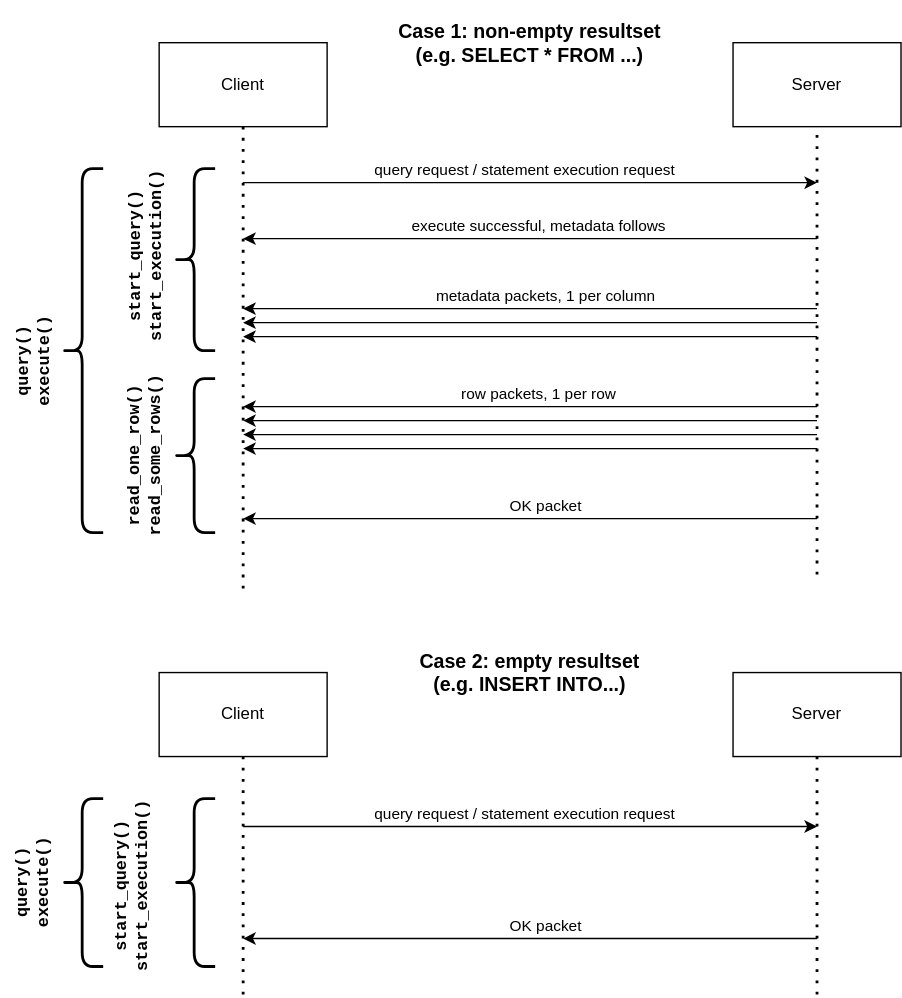
This is doc/images/protocol.svg from boostorg/mysql, a draw.io export, as it was before one commit. Source tidied: cells renumbered, new cells last; positions are measured from the earlier drawing's top-left corner, leaving out a move shared by most shapes.
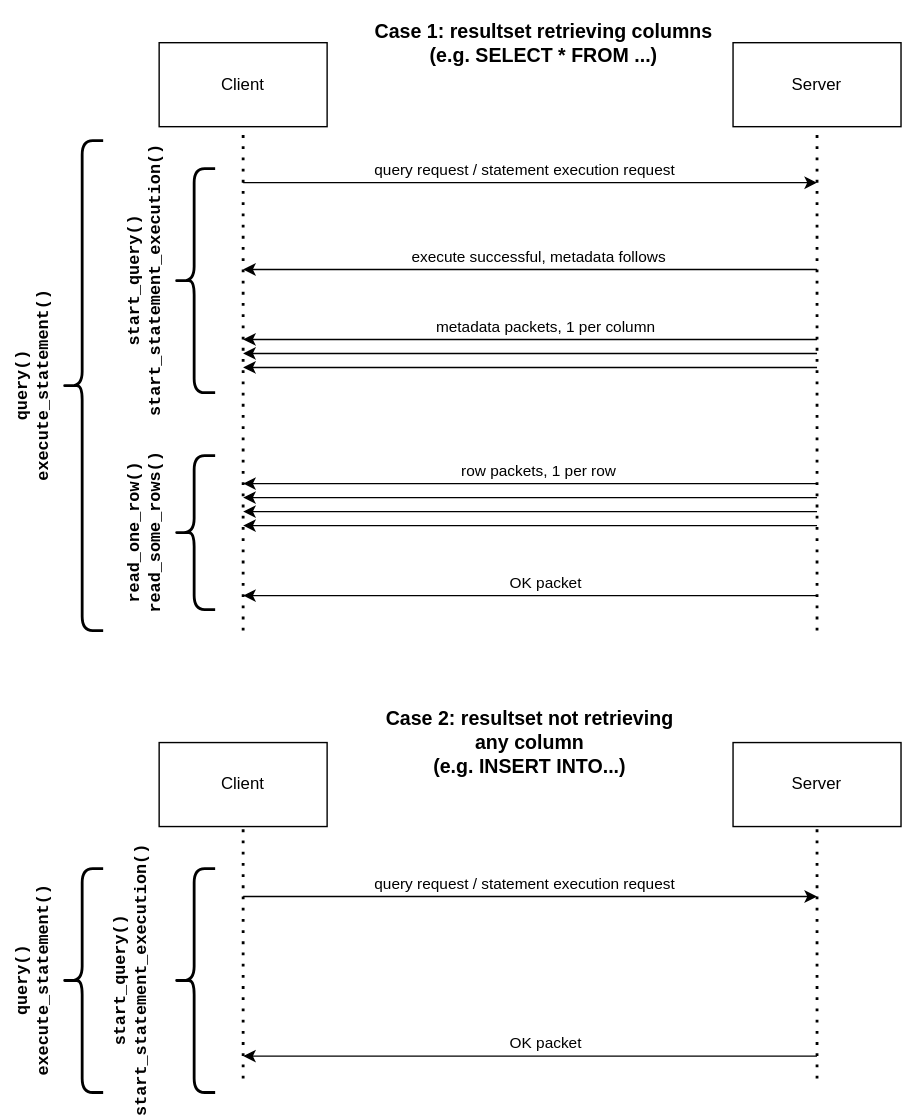
After the change.

Diff of the diagram source:
```diff
@@ -10,12 +10,12 @@
     </mxCell>
     <mxCell id="4" style="endArrow=none;dashed=1;html=1;dashPattern=1 3;strokeWidth=2;rounded=0;entryX=0.5;entryY=1;entryDx=0;entryDy=0;" parent="1" edge="1" target="2">
       <mxGeometry relative="1" as="geometry">
-        <mxPoint x="210" y="420" as="sourcePoint" />
+        <mxPoint x="210" y="450" as="sourcePoint" />
       </mxGeometry>
     </mxCell>
     <mxCell id="5" style="endArrow=none;dashed=1;html=1;dashPattern=1 3;strokeWidth=2;rounded=0;entryX=0.5;entryY=1;entryDx=0;entryDy=0;" parent="1" edge="1" target="3">
       <mxGeometry relative="1" as="geometry">
-        <mxPoint x="620" y="410" as="sourcePoint" />
+        <mxPoint x="620" y="450" as="sourcePoint" />
       </mxGeometry>
     </mxCell>
     <mxCell id="6" style="endArrow=classic;html=1;rounded=0;" parent="1" edge="1">
@@ -31,8 +31,8 @@
     </mxCell>
     <mxCell id="8" style="endArrow=classic;html=1;rounded=0;" parent="1" edge="1">
       <mxGeometry relative="1" as="geometry">
-        <mxPoint x="620" y="170" as="sourcePoint" />
-        <mxPoint x="210" y="170" as="targetPoint" />
+        <mxPoint x="620" y="192" as="sourcePoint" />
+        <mxPoint x="210" y="192" as="targetPoint" />
       </mxGeometry>
     </mxCell>
     <mxCell id="9" value="execute successful, metadata follows" style="edgeLabel;html=1;align=center;verticalAlign=middle;" parent="8" vertex="1">
@@ -42,50 +42,50 @@
     </mxCell>
     <mxCell id="10" style="endArrow=classic;html=1;rounded=0;" parent="1" edge="1">
       <mxGeometry relative="1" as="geometry">
-        <mxPoint x="620" y="220" as="sourcePoint" />
-        <mxPoint x="210" y="220" as="targetPoint" />
+        <mxPoint x="620" y="242" as="sourcePoint" />
+        <mxPoint x="210" y="242" as="targetPoint" />
       </mxGeometry>
     </mxCell>
     <mxCell id="11" style="endArrow=classic;html=1;rounded=0;" parent="1" edge="1">
       <mxGeometry relative="1" as="geometry">
-        <mxPoint x="620" y="230" as="sourcePoint" />
-        <mxPoint x="210" y="230" as="targetPoint" />
+        <mxPoint x="620" y="252" as="sourcePoint" />
+        <mxPoint x="210" y="252" as="targetPoint" />
       </mxGeometry>
     </mxCell>
     <mxCell id="12" style="endArrow=classic;html=1;rounded=0;" parent="1" edge="1">
       <mxGeometry relative="1" as="geometry">
-        <mxPoint x="620" y="240" as="sourcePoint" />
-        <mxPoint x="210" y="240" as="targetPoint" />
+        <mxPoint x="620" y="262" as="sourcePoint" />
+        <mxPoint x="210" y="262" as="targetPoint" />
       </mxGeometry>
     </mxCell>
     <mxCell id="13" value="metadata packets, 1 per column" style="edgeLabel;html=1;align=center;verticalAlign=middle;" parent="1" vertex="1">
-      <mxGeometry x="425" y="210" as="geometry" />
+      <mxGeometry x="425" y="232" as="geometry" />
     </mxCell>
     <mxCell id="14" style="endArrow=classic;html=1;rounded=0;" parent="1" edge="1">
       <mxGeometry relative="1" as="geometry">
-        <mxPoint x="620" y="290" as="sourcePoint" />
-        <mxPoint x="210" y="290" as="targetPoint" />
+        <mxPoint x="620" y="345" as="sourcePoint" />
+        <mxPoint x="210" y="345" as="targetPoint" />
       </mxGeometry>
     </mxCell>
     <mxCell id="15" style="endArrow=classic;html=1;rounded=0;" parent="1" edge="1">
       <mxGeometry relative="1" as="geometry">
-        <mxPoint x="620" y="300" as="sourcePoint" />
-        <mxPoint x="210" y="300" as="targetPoint" />
+        <mxPoint x="620" y="355" as="sourcePoint" />
+        <mxPoint x="210" y="355" as="targetPoint" />
       </mxGeometry>
     </mxCell>
     <mxCell id="16" style="endArrow=classic;html=1;rounded=0;" parent="1" edge="1">
       <mxGeometry relative="1" as="geometry">
-        <mxPoint x="620" y="310" as="sourcePoint" />
-        <mxPoint x="210" y="310" as="targetPoint" />
+        <mxPoint x="620" y="365" as="sourcePoint" />
+        <mxPoint x="210" y="365" as="targetPoint" />
       </mxGeometry>
     </mxCell>
     <mxCell id="17" value="row packets, 1 per row" style="edgeLabel;html=1;align=center;verticalAlign=middle;" parent="1" vertex="1">
-      <mxGeometry x="420" y="280" as="geometry" />
+      <mxGeometry x="420" y="335" as="geometry" />
     </mxCell>
     <mxCell id="18" style="endArrow=classic;html=1;rounded=0;" parent="1" edge="1">
       <mxGeometry relative="1" as="geometry">
-        <mxPoint x="620" y="370" as="sourcePoint" />
-        <mxPoint x="210" y="370" as="targetPoint" />
+        <mxPoint x="620" y="425" as="sourcePoint" />
+        <mxPoint x="210" y="425" as="targetPoint" />
       </mxGeometry>
     </mxCell>
     <mxCell id="19" value="OK packet" style="edgeLabel;html=1;align=center;verticalAlign=middle;" parent="18" vertex="1">
@@ -95,51 +95,51 @@
     </mxCell>
     <mxCell id="20" style="endArrow=classic;html=1;rounded=0;" parent="1" edge="1">
       <mxGeometry relative="1" as="geometry">
-        <mxPoint x="620" y="320" as="sourcePoint" />
-        <mxPoint x="210" y="320" as="targetPoint" />
+        <mxPoint x="620" y="375" as="sourcePoint" />
+        <mxPoint x="210" y="375" as="targetPoint" />
       </mxGeometry>
     </mxCell>
     <mxCell id="21" style="shape=curlyBracket;whiteSpace=wrap;html=1;rounded=1;labelPosition=left;verticalLabelPosition=middle;align=right;verticalAlign=middle;strokeColor=#000000;strokeWidth=2;" parent="1" vertex="1">
-      <mxGeometry x="160" y="120" width="30" height="130" as="geometry" />
+      <mxGeometry x="160" y="120" width="30" height="160" as="geometry" />
     </mxCell>
     <mxCell id="22" style="shape=curlyBracket;whiteSpace=wrap;html=1;rounded=1;labelPosition=left;verticalLabelPosition=middle;align=right;verticalAlign=middle;strokeColor=#000000;strokeWidth=2;" parent="1" vertex="1">
-      <mxGeometry x="160" y="270" width="30" height="110" as="geometry" />
+      <mxGeometry x="160" y="325" width="30" height="110" as="geometry" />
     </mxCell>
-    <mxCell id="23" value="&lt;div&gt;start_query()&lt;/div&gt;&lt;div&gt;start_execution()&lt;br&gt;&lt;/div&gt;" style="shape=ext;double=1;rounded=0;whiteSpace=wrap;html=1;strokeColor=none;strokeWidth=2;fillColor=none;direction=west;rotation=270;fontFamily=Courier New;fontStyle=1;" parent="1" vertex="1">
-      <mxGeometry x="80" y="160" width="120" height="45" as="geometry" />
+    <mxCell id="23" value="&lt;div&gt;start_query()&lt;/div&gt;&lt;div&gt;start_statement_execution()&lt;br&gt;&lt;/div&gt;" style="shape=ext;double=1;rounded=0;whiteSpace=wrap;html=1;strokeColor=none;strokeWidth=2;fillColor=none;direction=west;rotation=270;fontFamily=Courier New;fontStyle=1;" parent="1" vertex="1">
+      <mxGeometry x="80" y="177.5" width="120" height="45" as="geometry" />
     </mxCell>
     <mxCell id="24" value="&lt;div&gt;read_one_row()&lt;/div&gt;&lt;div&gt;read_some_rows()&lt;br&gt;&lt;/div&gt;" style="shape=ext;double=1;rounded=0;whiteSpace=wrap;html=1;strokeColor=none;strokeWidth=2;fillColor=none;direction=west;rotation=270;fontFamily=Courier New;fontStyle=1;" parent="1" vertex="1">
-      <mxGeometry x="80" y="302.5" width="120" height="45" as="geometry" />
+      <mxGeometry x="80" y="357.5" width="120" height="45" as="geometry" />
     </mxCell>
     <mxCell id="25" style="shape=curlyBracket;whiteSpace=wrap;html=1;rounded=1;labelPosition=left;verticalLabelPosition=middle;align=right;verticalAlign=middle;strokeColor=#000000;strokeWidth=2;" parent="1" vertex="1">
-      <mxGeometry x="80" y="120" width="30" height="260" as="geometry" />
+      <mxGeometry x="80" y="100" width="30" height="350" as="geometry" />
     </mxCell>
-    <mxCell id="26" value="&lt;div&gt;query()&lt;/div&gt;&lt;div&gt;execute()&lt;br&gt;&lt;/div&gt;" style="shape=ext;double=1;rounded=0;whiteSpace=wrap;html=1;strokeColor=none;strokeWidth=2;fillColor=none;direction=west;rotation=270;fontFamily=Courier New;fontStyle=1;" parent="1" vertex="1">
-      <mxGeometry y="235" width="120" height="45" as="geometry" />
+    <mxCell id="26" value="&lt;div&gt;query()&lt;/div&gt;&lt;div&gt;execute_statement()&lt;br&gt;&lt;/div&gt;" style="shape=ext;double=1;rounded=0;whiteSpace=wrap;html=1;strokeColor=none;strokeWidth=2;fillColor=none;direction=west;rotation=270;fontFamily=Courier New;fontStyle=1;" parent="1" vertex="1">
+      <mxGeometry y="252.5" width="120" height="45" as="geometry" />
     </mxCell>
-    <mxCell id="27" value="&lt;div style=&quot;font-size: 14px;&quot;&gt;Case 1: non-empty resultset&lt;/div&gt;&lt;div style=&quot;font-size: 14px;&quot;&gt;(e.g. SELECT * FROM ...)&lt;br style=&quot;font-size: 14px;&quot;&gt;&lt;/div&gt;" style="rounded=0;whiteSpace=wrap;html=1;fillColor=none;strokeColor=none;fontStyle=1;fontSize=14;" parent="1" vertex="1">
-      <mxGeometry x="300" width="230" height="60" as="geometry" />
+    <mxCell id="27" value="&lt;div style=&quot;font-size: 14px;&quot;&gt;Case 1: resultset retrieving columns&lt;br&gt;&lt;/div&gt;&lt;div style=&quot;font-size: 14px;&quot;&gt;(e.g. SELECT * FROM ...)&lt;br style=&quot;font-size: 14px;&quot;&gt;&lt;/div&gt;" style="rounded=0;whiteSpace=wrap;html=1;fillColor=none;strokeColor=none;fontStyle=1;fontSize=14;" parent="1" vertex="1">
+      <mxGeometry x="300" width="250" height="60" as="geometry" />
     </mxCell>
     <mxCell id="28" value="Client" style="rounded=0;whiteSpace=wrap;html=1;" parent="1" vertex="1">
-      <mxGeometry x="150" y="480" width="120" height="60" as="geometry" />
+      <mxGeometry x="150" y="530" width="120" height="60" as="geometry" />
     </mxCell>
     <mxCell id="29" value="Server" style="rounded=0;whiteSpace=wrap;html=1;" parent="1" vertex="1">
-      <mxGeometry x="560" y="480" width="120" height="60" as="geometry" />
+      <mxGeometry x="560" y="530" width="120" height="60" as="geometry" />
     </mxCell>
     <mxCell id="30" style="endArrow=none;dashed=1;html=1;dashPattern=1 3;strokeWidth=2;rounded=0;entryX=0.5;entryY=1;entryDx=0;entryDy=0;" parent="1" edge="1" target="28">
       <mxGeometry relative="1" as="geometry">
-        <mxPoint x="210" y="710" as="sourcePoint" />
+        <mxPoint x="210" y="770" as="sourcePoint" />
       </mxGeometry>
     </mxCell>
     <mxCell id="31" style="endArrow=none;dashed=1;html=1;dashPattern=1 3;strokeWidth=2;rounded=0;entryX=0.5;entryY=1;entryDx=0;entryDy=0;" parent="1" edge="1" target="29">
       <mxGeometry relative="1" as="geometry">
-        <mxPoint x="620" y="710" as="sourcePoint" />
+        <mxPoint x="620" y="770" as="sourcePoint" />
       </mxGeometry>
     </mxCell>
     <mxCell id="32" style="endArrow=classic;html=1;rounded=0;" parent="1" edge="1">
       <mxGeometry relative="1" as="geometry">
-        <mxPoint x="210" y="590" as="sourcePoint" />
-        <mxPoint x="620" y="590" as="targetPoint" />
+        <mxPoint x="210" y="640" as="sourcePoint" />
+        <mxPoint x="620" y="640" as="targetPoint" />
       </mxGeometry>
     </mxCell>
     <mxCell id="33" value="query request / statement execution request" style="edgeLabel;html=1;align=center;verticalAlign=middle;" parent="32" vertex="1">
@@ -149,8 +149,8 @@
     </mxCell>
     <mxCell id="34" style="endArrow=classic;html=1;rounded=0;" parent="1" edge="1">
       <mxGeometry relative="1" as="geometry">
-        <mxPoint x="620" y="670" as="sourcePoint" />
-        <mxPoint x="210" y="670" as="targetPoint" />
+        <mxPoint x="620" y="754" as="sourcePoint" />
+        <mxPoint x="210" y="754" as="targetPoint" />
       </mxGeometry>
     </mxCell>
     <mxCell id="35" value="OK packet" style="edgeLabel;html=1;align=center;verticalAlign=middle;" parent="34" vertex="1">
@@ -159,19 +159,19 @@
       </mxGeometry>
     </mxCell>
     <mxCell id="36" style="shape=curlyBracket;whiteSpace=wrap;html=1;rounded=1;labelPosition=left;verticalLabelPosition=middle;align=right;verticalAlign=middle;strokeColor=#000000;strokeWidth=2;" parent="1" vertex="1">
-      <mxGeometry x="160" y="570" width="30" height="120" as="geometry" />
+      <mxGeometry x="160" y="620" width="30" height="160" as="geometry" />
     </mxCell>
-    <mxCell id="37" value="start_query()&lt;div&gt;start_execution()&lt;br&gt;&lt;/div&gt;" style="shape=ext;double=1;rounded=0;whiteSpace=wrap;html=1;strokeColor=none;strokeWidth=2;fillColor=none;direction=west;rotation=270;fontFamily=Courier New;fontStyle=1;" parent="1" vertex="1">
-      <mxGeometry x="70" y="610" width="120" height="45" as="geometry" />
+    <mxCell id="37" value="start_query()&lt;div&gt;start_statement_execution()&lt;br&gt;&lt;/div&gt;" style="shape=ext;double=1;rounded=0;whiteSpace=wrap;html=1;strokeColor=none;strokeWidth=2;fillColor=none;direction=west;rotation=270;fontFamily=Courier New;fontStyle=1;" parent="1" vertex="1">
+      <mxGeometry x="70" y="677.5" width="120" height="45" as="geometry" />
     </mxCell>
-    <mxCell id="38" value="Case 2: empty resultset&lt;div style=&quot;font-size: 14px;&quot;&gt;(e.g. INSERT INTO...)&lt;br style=&quot;font-size: 14px;&quot;&gt;&lt;/div&gt;" style="rounded=0;whiteSpace=wrap;html=1;fillColor=none;strokeColor=none;fontStyle=1;fontSize=14;" parent="1" vertex="1">
-      <mxGeometry x="300" y="450" width="230" height="60" as="geometry" />
+    <mxCell id="38" value="Case 2: resultset not retrieving any column&lt;br&gt;&lt;div style=&quot;font-size: 14px;&quot;&gt;(e.g. INSERT INTO...)&lt;br style=&quot;font-size: 14px;&quot;&gt;&lt;/div&gt;" style="rounded=0;whiteSpace=wrap;html=1;fillColor=none;strokeColor=none;fontStyle=1;fontSize=14;" parent="1" vertex="1">
+      <mxGeometry x="300" y="500" width="230" height="60" as="geometry" />
     </mxCell>
     <mxCell id="39" style="shape=curlyBracket;whiteSpace=wrap;html=1;rounded=1;labelPosition=left;verticalLabelPosition=middle;align=right;verticalAlign=middle;strokeColor=#000000;strokeWidth=2;" parent="1" vertex="1">
-      <mxGeometry x="80" y="570" width="30" height="120" as="geometry" />
+      <mxGeometry x="80" y="620" width="30" height="160" as="geometry" />
     </mxCell>
-    <mxCell id="40" value="&lt;div&gt;query()&lt;/div&gt;&lt;div&gt;execute()&lt;br&gt;&lt;/div&gt;" style="shape=ext;double=1;rounded=0;whiteSpace=wrap;html=1;strokeColor=none;strokeWidth=2;fillColor=none;direction=west;rotation=270;fontFamily=Courier New;fontStyle=1;" parent="1" vertex="1">
-      <mxGeometry y="607.5" width="120" height="45" as="geometry" />
+    <mxCell id="40" value="&lt;div&gt;query()&lt;/div&gt;&lt;div&gt;execute_statement()&lt;br&gt;&lt;/div&gt;" style="shape=ext;double=1;rounded=0;whiteSpace=wrap;html=1;strokeColor=none;strokeWidth=2;fillColor=none;direction=west;rotation=270;fontFamily=Courier New;fontStyle=1;" parent="1" vertex="1">
+      <mxGeometry y="677.5" width="120" height="45" as="geometry" />
     </mxCell>
   </root>
 </mxGraphModel>
```
